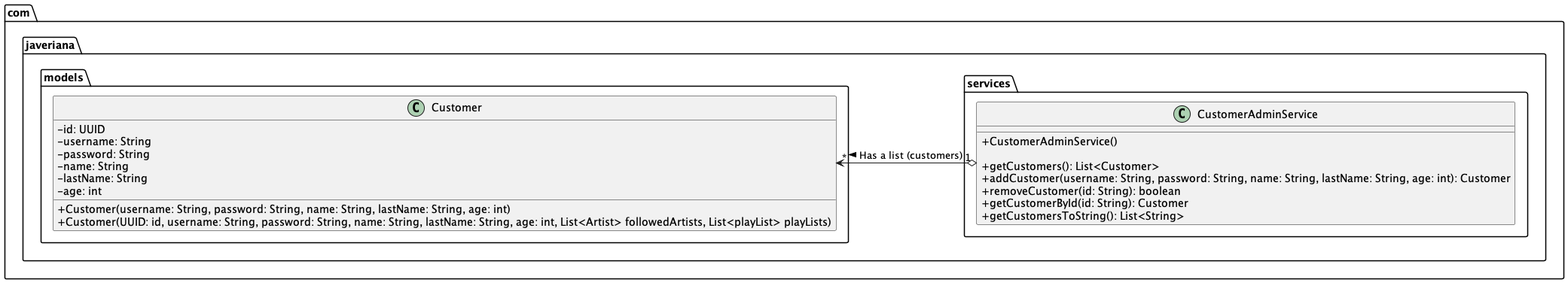
Earlier version of the PlantUML export assets/workshop7-diagram-customerAdminService-spotify.png (clase-programacion-avanzada/JAVA-Workshop-7).
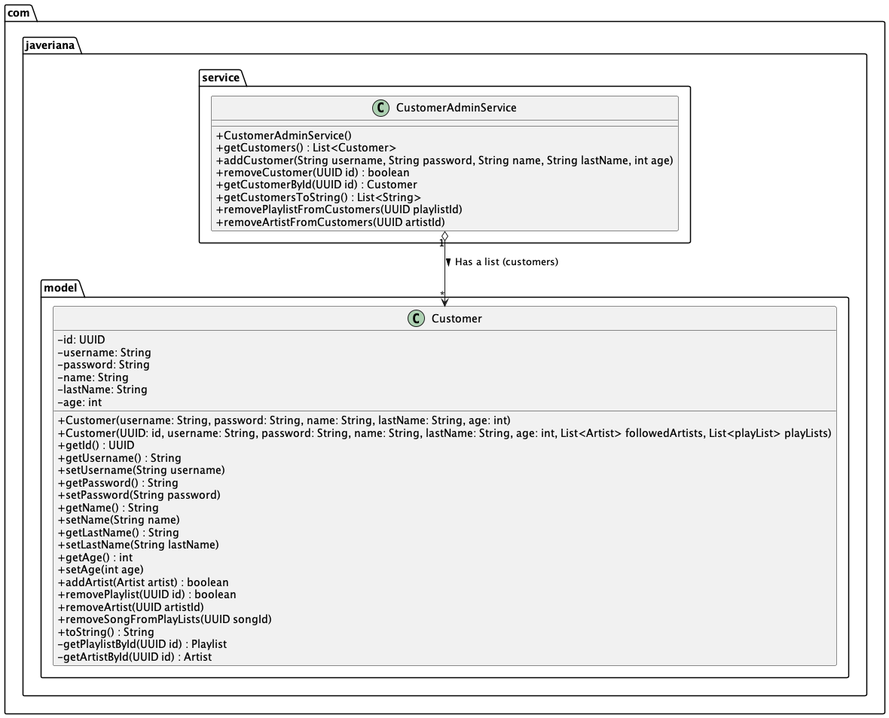
After the commit.

What changed in the source:
```diff
@@ -1,6 +1,6 @@
 @startuml
 skinparam classAttributeIconSize 0
-class com.javeriana.models.Artist $Artist {
+class com.javeriana.model.Artist $Artist {
     - id: UUID
     - name: String
 
@@ -8,7 +8,7 @@
     + Artist(name: String)
 }
 
-class com.javeriana.models.Customer $Customer {
+class com.javeriana.model.Customer $Customer {
     - id: UUID
     - username: String
     - password: String
@@ -18,87 +18,136 @@
 
     + Customer(username: String, password: String, name: String, lastName: String, age: int)
     + Customer(UUID: id, username: String, password: String, name: String, lastName: String, age: int, List<Artist> followedArtists, List<playList> playLists)
+
+
+    + getId() : UUID
+    + getUsername() : String
+    + setUsername(String username)
+    + getPassword() : String
+    + setPassword(String password)
+    + getName() : String
+    + setName(String name)
+    + getLastName() : String
+    + setLastName(String lastName)
+    + getAge() : int
+    + setAge(int age)
+    + addArtist(Artist artist) : boolean
+    + removePlaylist(UUID id) : boolean
+    + removeArtist(UUID artistId)
+    + removeSongFromPlayLists(UUID songId)
+    + toString() : String
+    - getPlaylistById(UUID id) : Playlist
+    - getArtistById(UUID id) : Artist
 }
 
-class com.javeriana.models.playList $PlayList {
+class com.javeriana.model.Playlist $Playlist {
     - id: UUID
     - name: String
 
     + playList(name: String)
     + playList(UUID: id, name: String, List<Song> songs)
+
+
+    + getId() : UUID
+    + getName() : String
+    + setName(String name)
+    + getSongs() : List<Song>
+    + removeSong(UUID songId)
+    + removeSongsOfArtist(UUID artistId)
+    + toString() : String
+    - getSongById(UUID songId) : Song
 }
 
-class com.javeriana.models.Song $Song {
+class com.javeriana.model.Song $Song {
     - id: UUID
     - name: String
     - genre: String
     - durationInSeconds: int
     - album: String
 
-    + Song(name: String, genre: String, durationInSeconds: int, album: String)
-    + Song(UUID: id, name: String, genre: String, durationInSeconds: int, album: String, List<Artist> artists)
+    + Song(String name, String genre, int durationInSeconds, String album, List<Artist> artists)
+    + Song(UUID id, String name, String genre, int durationInSeconds, String album, List<Artist> artists)
+    + getId() : UUID
+    + getName() : String
+    + setName(String name)
+    + getGenre() : String
+    + setGenre(String genre)
+    + getDurationInSeconds() : int
+    + setDurationInSeconds(int durationInSeconds)
+    + getAlbum() : String
+    + setAlbum(String album)
+    + getArtists() : List<Artist>
+    + hasArtist(UUID artistId) : boolean
+    + toString() : String
 }
 
-class com.javeriana.services.ArtistService $ArtistService {
+class com.javeriana.service.ArtistService $ArtistService {
 
     + ArtistService()
 
-    + getArtists(): List<Artist>
-    + addArtist(name: String): Artist
-    + removeArtist(id: String): boolean
-    + getArtistById(id: String): Artist
-    + getArtistsToString(): List<String>
+
+    + getArtists() : List<Artist>
+    + addArtist(String name) : Artist
+    + getArtistById(UUID id) : Artist
+    + removeArtist(UUID id) : boolean
+    + getArtistsToString() : List<String>
+    + getArtistsByIds(List<UUID> artists) : List<Artist>
 }
 
-class com.javeriana.services.CustomerAdminService $CustomerAdminService {
+class com.javeriana.service.CustomerAdminService $CustomerAdminService {
 
     + CustomerAdminService()
 
-    + getCustomers(): List<Customer>
-    + addCustomer(username: String, password: String, name: String, lastName: String, age: int): Customer
-    + removeCustomer(id: String): boolean
-    + getCustomerById(id: String): Customer
-    + getCustomersToString(): List<String>
+
+    + getCustomers() : List<Customer>
+    + addCustomer(String username, String password, String name, String lastName, int age)
+    + removeCustomer(UUID id) : boolean
+    + getCustomerById(UUID id) : Customer
+    + getCustomersToString() : List<String>
+    + removePlaylistFromCustomers(UUID playlistId)
+    + removeArtistFromCustomers(UUID artistId)
 }
 
-class com.javeriana.services.SongService $SongService {
+class com.javeriana.service.SongService $SongService {
 
     + SongService()
 
-    + getSongs(): List<Song>
-    + addSong(name: String, genre: String, durationInSeconds: int, album: String, List<Artist>): Song
-    + removeSong(id: String): boolean
-    + getSongById(id: String): Song
-    + getSongsToString(): List<String>
+
+    + getSongs() : List<Song>
+    + addSong(String name, String genre, int durationInSeconds, String album, List<Artist> artists)
+    + removeSong(UUID songId) : boolean
+    + getSongById(UUID songId) : Song
+    + removeSongsOfArtist(UUID artistId)
+    + getSongsToString() : List<String>
 }
 
-class com.javeriana.services.PlayListService $PlayListService {
+class com.javeriana.service.PlaylistService $PlaylistService {
 
-    + PlayListService()
-
-    + getPlayLists(): List<playList>
-    + addPlayList(name: String): playList
-    + removePlayList(id: String): boolean
-    + getPlayListById(id: String): playList
-    + getPlayListsToString(): List<String>
+    + PlaylistService()
+    + getPlaylists() : List<Playlist>
+    + addPlaylist(String name)
+    + removePlaylist(UUID id) : boolean
+    + getPlaylistById(UUID id) : Playlist
+    + removeSongsOfArtist(UUID artistId)
+    + getPlaylistsToString() : List<String>
+    + removeSongFromPlaylists(UUID uuid)
 }
 
-class com.javeriana.controllers.AdminController $AdminController {
+class com.javeriana.controller.AdminController $AdminController {
 
-    + AdminController(artistService: ArtistService, customerAdminService: CustomerAdminService, songService: SongService, playListService: PlayListService)
-
-    + addArtist(name: String): void
-    + removeArtist(id: String): void
-    + addCustomer(username: String, password: String, name: String, lastName: String, age: int): void
-    + removeCustomer(id: String): void
-    + addSong(name: String, genre: String, durationInSeconds: int, album: String, List<Artist>): void
-    + removeSong(id: String): void
-    + addPlayList(name: String): void
-    + removePlayList(id: String): void
-    + getCustomersToString(): List<String>
-    + getSongsToString(): List<String>
-    + getArtistsToString(): List<String>
-    + getPlayListsToString(): List<String>
+     + AdminController(ArtistService artistService, CustomerAdminService customerAdminService, SongService songService, PlaylistService playlistService)
+     + addArtist(String name)
+     + removeArtist(String id)
+     + addCustomer(String username, String password, String name, String lastName, int age)
+     + removeCustomer(String id)
+     + addSong(String name, String genre, int durationInSeconds, String album, List<String> artistIds)
+     + removeSong(String id)
+     + addPlaylist(String name)
+     + removePlaylist(String id)
+     + getArtistsToString() : List<String>
+     + getCustomersToString() : List<String>
+     + getSongsToString() : List<String>
+     + getPlaylistsToString() : List<String>
 
 }
 
@@ -106,21 +155,20 @@
 
     - scanner : Scanner
 
-    + AdminView(adminController: AdminController)
-
-    + showMenu(): void
-    + addArtist(): void
-    + removeArtist(): void
-    + addCustomer(): void
-    + removeCustomer(): void
-    + addSong(): void
-    + removeSong(): void
-    + addPlayList(): void
-    + removePlayList(): void
-    + showCustomers(): void
-    + showSongs(): void
-    + showArtists(): void
-    + showPlayLists(): void
+    + AdminView(AdminController adminController, Scanner scanner)
+    + showMenu()
+    - showPlaylists()
+    - showArtists()
+    - showCustomers()
+    - showSongs()
+    - removePlaylist()
+    - addPlaylist()
+    - addCustomer()
+    - removeCustomer()
+    - removeSong()
+    - addSong()
+    - removeArtist()
+    - addArtist()
 }
 
 class Main $Main {
@@ -131,24 +179,25 @@
 
 }
 
-com.javeriana.models.Customer "1" o-> "0..*" com.javeriana.models.playList : Has a list (playLists) >
-com.javeriana.models.Customer "1" o--> "0..*" com.javeriana.models.Artist : Has a list (followedArtists) >
-com.javeriana.models.playList "1" o--> "0..*" com.javeriana.models.Song : Has a list (songs) >
-com.javeriana.models.Song "1" *-> "1..*" com.javeriana.models.Artist : Has a list (artists) >
+com.javeriana.model.Customer "1" o-> "0..*" com.javeriana.model.Playlist : Has a list (playlists) >
+com.javeriana.model.Customer "1" o--> "0..*" com.javeriana.model.Artist : Has a list (followedArtists) >
+com.javeriana.model.Playlist "1" o--> "0..*" com.javeriana.model.Song : Has a list (songs) >
+com.javeriana.model.Song "1" *-> "1..*" com.javeriana.model.Artist : Has a list (artists) >
 
-com.javeriana.services.ArtistService "1" o--> "*" com.javeriana.models.Artist : Has a list (artists) >
-com.javeriana.services.CustomerAdminService "1" o-> "*" com.javeriana.models.Customer : Has a list (customers) >
-com.javeriana.services.SongService "1" o--> "*" com.javeriana.models.Song : Has a list (songs) >
-com.javeriana.services.PlayListService "1" o--> "*" com.javeriana.models.playList : Has a list (playLists) >
+com.javeriana.service.ArtistService "1" o--> "*" com.javeriana.model.Artist : Has a list (artists) >
+com.javeriana.service.CustomerAdminService "1" o--> "*" com.javeriana.model.Customer : Has a list (customers) >
+com.javeriana.service.SongService "1" o-> "*" com.javeriana.model.Song : Has a list (songs) >
+com.javeriana.service.PlaylistService "1" o-> "*" com.javeriana.model.Playlist : Has a list (playLists) >
 
-com.javeriana.controllers.AdminController "1" *--> "1" com.javeriana.services.ArtistService : Uses >
-com.javeriana.controllers.AdminController "1" *--> "1" com.javeriana.services.CustomerAdminService : Uses >
-com.javeriana.controllers.AdminController "1" *--> "1" com.javeriana.services.SongService : Uses >
-com.javeriana.controllers.AdminController "1" *--> "1" com.javeriana.services.PlayListService : Uses >
+com.javeriana.controller.AdminController "1" *--> "1" com.javeriana.service.ArtistService : Uses >
+com.javeriana.controller.AdminController "1" *--> "1" com.javeriana.service.CustomerAdminService : Uses >
+com.javeriana.controller.AdminController "1" *--> "1" com.javeriana.service.SongService : Uses >
+com.javeriana.controller.AdminController "1" *--> "1" com.javeriana.service.PlaylistService : Uses >
 
-com.javeriana.views.AdminView "1" *--> "1" com.javeriana.controllers.AdminController : Uses >
+com.javeriana.views.AdminView "1" *--> "1" com.javeriana.controller.AdminController : Uses >
 
 Main -down-> AdminView : Creates >
+
 
 
 remove $Main
@@ -158,12 +207,16 @@
 remove $AdminController
 
 remove $SongService
-remove $PlayListService
+remove $PlaylistService
 remove $ArtistService
 
 remove $Artist
 remove $Song
-remove $PlayList
+remove $Playlist
+
+
+
+
 
 
 @enduml
```
